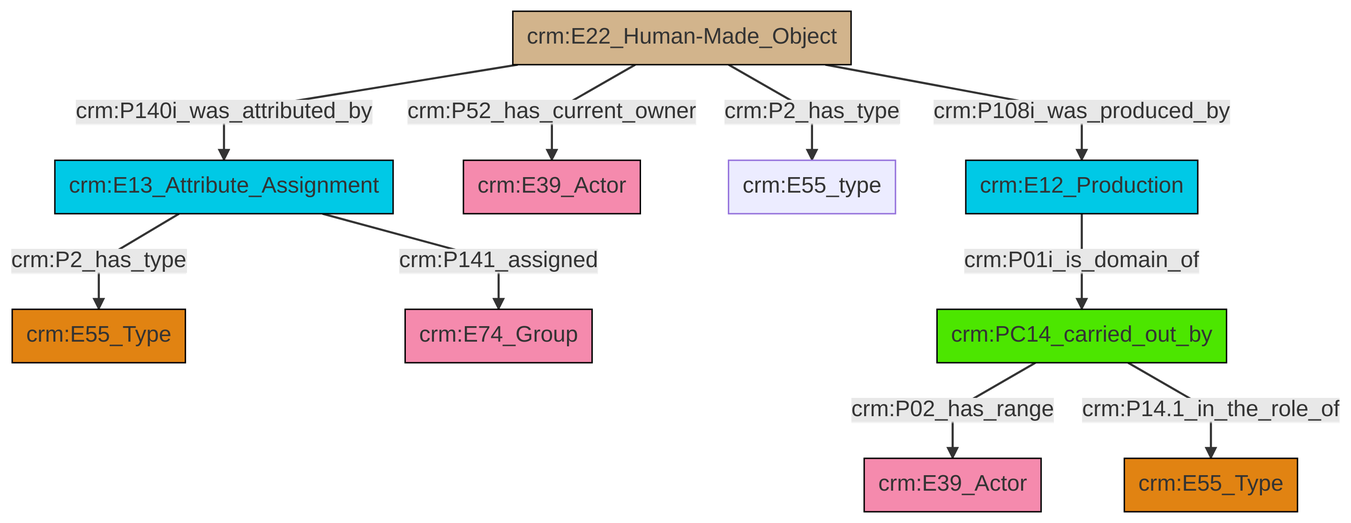
swiss-art-research-net/reference-data-models keeps this Mermaid diagram as et/builtWorkCSV/ttl/mmd/png/Built_Work_actor_relations.png. Above is the earlier version. Its source is kept beside it as et/builtWorkCSV/ttl/mmd/Built_Work_actor_relations.ttl.mmd.
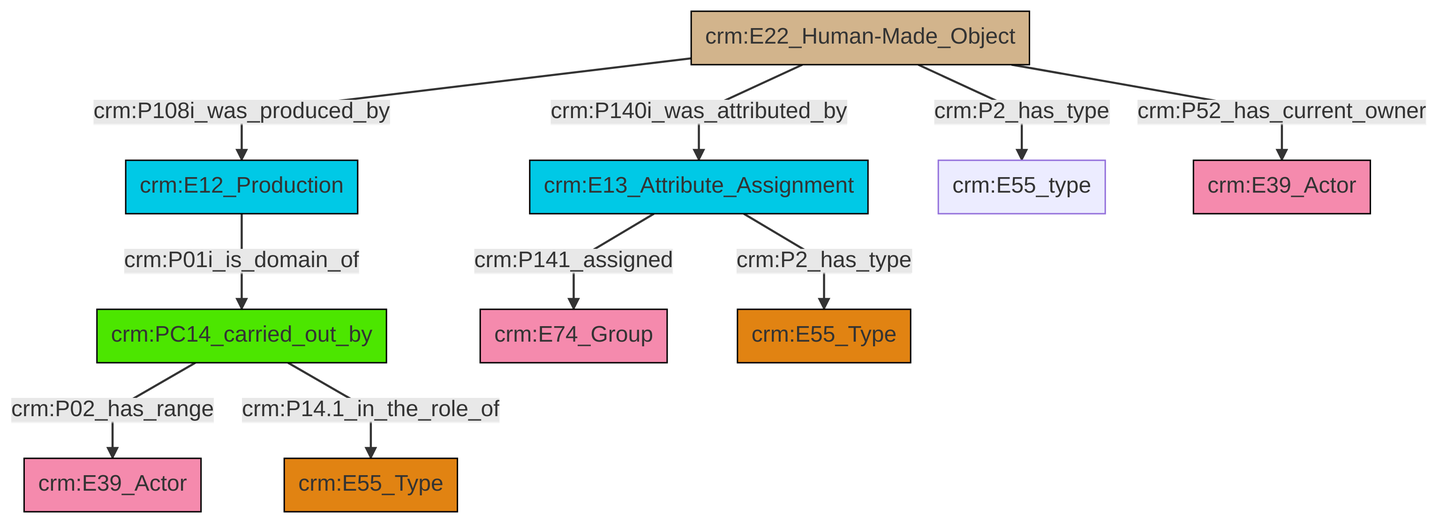
After the change.

What changed in the source:
```diff
@@ -13,12 +13,12 @@
 classDef PC_Classes fill:#4ce600, stroke:#000000;
 classDef Multi fill:#cccccc,stroke:#000000;
 
-0["crm:E13_Attribute_Assignment"]:::Temporal_Entity -->|crm:P2_has_type| 1["crm:E55_Type"]:::Type
-3["crm:E22_Human-Made_Object"]:::Physical_Thing -->|crm:P52_has_current_owner| 4["crm:E39_Actor"]:::Actor
-9["crm:PC14_carried_out_by"]:::PC_Classes -->|crm:P02_has_range| 10["crm:E39_Actor"]:::Actor
-0["crm:E13_Attribute_Assignment"]:::Temporal_Entity -->|crm:P141_assigned| 5["crm:E74_Group"]:::Actor
-3["crm:E22_Human-Made_Object"]:::Physical_Thing -->|crm:P2_has_type| 7["crm:E55_type"]:::Default
-3["crm:E22_Human-Made_Object"]:::Physical_Thing -->|crm:P108i_was_produced_by| 14["crm:E12_Production"]:::Temporal_Entity
-14["crm:E12_Production"]:::Temporal_Entity -->|crm:P01i_is_domain_of| 9["crm:PC14_carried_out_by"]:::PC_Classes
-3["crm:E22_Human-Made_Object"]:::Physical_Thing -->|crm:P140i_was_attributed_by| 0["crm:E13_Attribute_Assignment"]:::Temporal_Entity
-9["crm:PC14_carried_out_by"]:::PC_Classes -->|crm:P14.1_in_the_role_of| 11["crm:E55_Type"]:::Type
+0["crm:PC14_carried_out_by"]:::PC_Classes -->|crm:P02_has_range| 1["crm:E39_Actor"]:::Actor
+2["crm:E13_Attribute_Assignment"]:::Temporal_Entity -->|crm:P141_assigned| 3["crm:E74_Group"]:::Actor
+11["crm:E22_Human-Made_Object"]:::Physical_Thing -->|crm:P140i_was_attributed_by| 2["crm:E13_Attribute_Assignment"]:::Temporal_Entity
+11["crm:E22_Human-Made_Object"]:::Physical_Thing -->|crm:P2_has_type| 6["crm:E55_type"]:::Default
+11["crm:E22_Human-Made_Object"]:::Physical_Thing -->|crm:P108i_was_produced_by| 4["crm:E12_Production"]:::Temporal_Entity
+2["crm:E13_Attribute_Assignment"]:::Temporal_Entity -->|crm:P2_has_type| 16["crm:E55_Type"]:::Type
+0["crm:PC14_carried_out_by"]:::PC_Classes -->|crm:P14.1_in_the_role_of| 13["crm:E55_Type"]:::Type
+11["crm:E22_Human-Made_Object"]:::Physical_Thing -->|crm:P52_has_current_owner| 8["crm:E39_Actor"]:::Actor
+4["crm:E12_Production"]:::Temporal_Entity -->|crm:P01i_is_domain_of| 0["crm:PC14_carried_out_by"]:::PC_Classes
```
